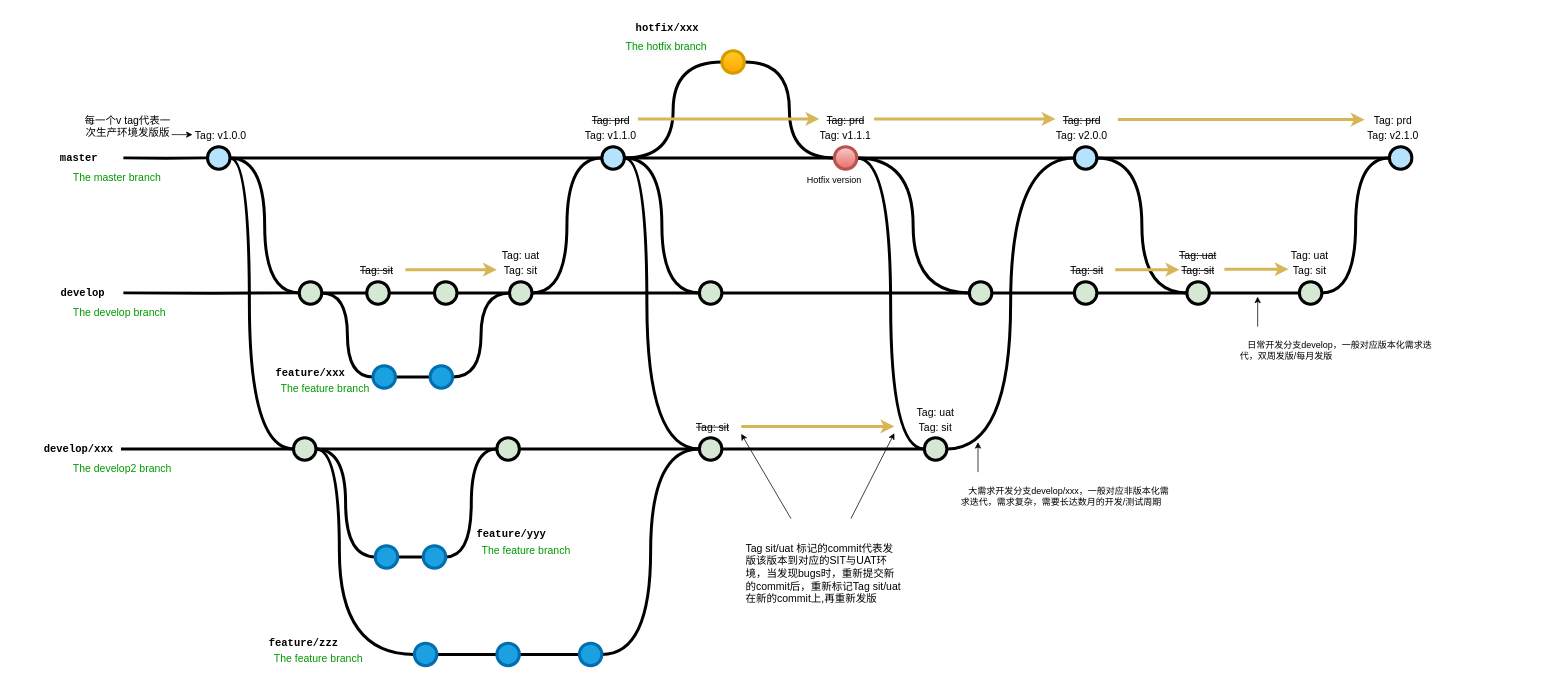
This is Untitled Diagram.drawio from bbcpan/SpringCloud, a draw.io file, before an edit. Source tidied: cells renumbered, new cells numbered last; positions are measured from the earlier drawing's top-left corner, leaving out a move shared by most shapes. Both pictures are drawn from the tidied source at 75%, with x=0, y=0 at pixel (13, 13).
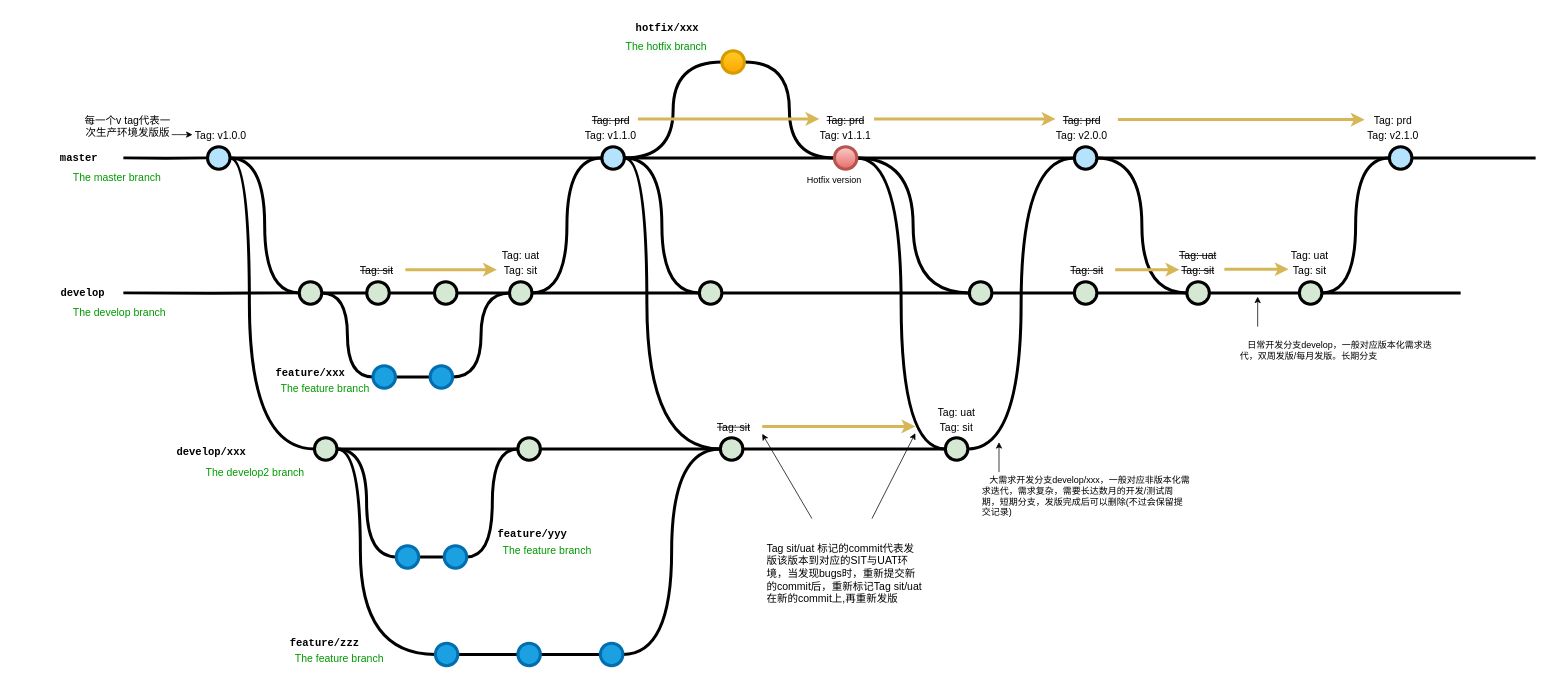
The same diagram, later.

Unchanged cells that the change refers to:
```xml
<mxCell id="5" style="verticalLabelPosition=bottom;verticalAlign=top;html=1;strokeWidth=4;shape=mxgraph.flowchart.on-page_reference;plain-blue;gradientColor=none;fillColor=#B5E3Fe;strokeColor=#000000;" parent="1" vertex="1">
  <mxGeometry x="259.2" y="178" width="30" height="30" as="geometry" />
</mxCell>
<mxCell id="10" style="verticalLabelPosition=bottom;verticalAlign=top;html=1;strokeWidth=4;shape=mxgraph.flowchart.on-page_reference;plain-blue;gradientColor=none;strokeColor=#000000;fillColor=#B5E3FE;" parent="1" vertex="1">
  <mxGeometry x="785" y="178" width="30" height="30" as="geometry" />
</mxCell>
<mxCell id="25" style="verticalLabelPosition=bottom;verticalAlign=top;html=1;strokeWidth=4;shape=mxgraph.flowchart.on-page_reference;plain-purple;gradientColor=none;strokeColor=#000000;fillColor=#D5E8D4;" parent="1" vertex="1">
  <mxGeometry x="381.5" y="358" width="30" height="30" as="geometry" />
</mxCell>
<mxCell id="83" style="verticalLabelPosition=bottom;verticalAlign=top;html=1;strokeWidth=4;shape=mxgraph.flowchart.on-page_reference;plain-blue;gradientColor=none;fillColor=#B5E3Fe;strokeColor=#000000;" parent="1" vertex="1">
  <mxGeometry x="1835" y="178" width="30" height="30" as="geometry" />
</mxCell>
<mxCell id="87" style="verticalLabelPosition=bottom;verticalAlign=top;html=1;strokeWidth=4;shape=mxgraph.flowchart.on-page_reference;plain-purple;gradientColor=none;strokeColor=#000000;fillColor=#D5E8D4;" parent="1" vertex="1">
  <mxGeometry x="1715" y="358" width="30" height="30" as="geometry" />
</mxCell>
```

Change to the diagram source:
```diff
@@
     <mxCell id="2" style="edgeStyle=orthogonalEdgeStyle;rounded=0;html=1;jettySize=auto;plain-blue;endArrow=none;endFill=0;strokeWidth=4;strokeColor=#000000;entryX=0;entryY=0.5;entryDx=0;entryDy=0;entryPerimeter=0;" parent="1" edge="1" source="5" target="10">
-      <mxGeometry x="324.2" y="743" as="geometry" />
+      <mxGeometry x="539.2" y="533" as="geometry" />
     </mxCell>
@@
     <mxCell id="13" style="edgeStyle=orthogonalEdgeStyle;rounded=0;html=1;jettySize=auto;strokeWidth=4;endArrow=none;endFill=0;" parent="1" edge="1" target="5">
-      <mxGeometry x="224.2" y="743" as="geometry">
+      <mxGeometry x="439.2" y="533" as="geometry">
         <mxPoint x="147" y="193" as="sourcePoint" />
       </mxGeometry>
     </mxCell>
@@
     <mxCell id="20" style="edgeStyle=orthogonalEdgeStyle;rounded=0;html=1;jettySize=auto;strokeWidth=4;endArrow=none;endFill=0;" parent="1" edge="1" target="25">
-      <mxGeometry x="224.2" y="923" as="geometry">
+      <mxGeometry x="439.2" y="713" as="geometry">
         <mxPoint x="147" y="373" as="sourcePoint" />
       </mxGeometry>
     </mxCell>
@@
-    <mxCell id="31" style="edgeStyle=orthogonalEdgeStyle;rounded=0;html=1;jettySize=auto;strokeWidth=4;endArrow=none;endFill=0;" parent="1" edge="1" target="37">
-      <mxGeometry x="221" y="1131" as="geometry">
-        <mxPoint x="143.8" y="581" as="sourcePoint" />
-        <Array as="points">
-          <mxPoint x="231.8" y="581" />
-          <mxPoint x="231.8" y="581" />
-        </Array>
-      </mxGeometry>
-    </mxCell>
     <mxCell id="32" value="develop/xxx" style="text;html=1;strokeColor=none;fillColor=none;align=center;verticalAlign=middle;whiteSpace=wrap;overflow=hidden;fontSize=14;fontStyle=1;fontFamily=Courier New;" parent="1" vertex="1">
-      <mxGeometry y="561" width="174.5" height="40" as="geometry" />
+      <mxGeometry x="176.9" y="566" width="174.5" height="40" as="geometry" />
     </mxCell>
     <mxCell id="33" value="The develop2 branch" style="text;html=1;strokeColor=none;fillColor=none;align=left;verticalAlign=middle;whiteSpace=wrap;overflow=hidden;fontSize=14;fontStyle=0;fontColor=#009900;" parent="1" vertex="1">
-      <mxGeometry x="78.1" y="596" width="146.8" height="20" as="geometry" />
+      <mxGeometry x="255" y="601" width="146.8" height="20" as="geometry" />
     </mxCell>
     <mxCell id="34" style="edgeStyle=orthogonalEdgeStyle;curved=1;rounded=0;html=1;exitX=1;exitY=0.5;exitPerimeter=0;endArrow=none;endFill=0;jettySize=auto;strokeWidth=4;fontSize=15;" parent="1" edge="1" source="37" target="39">
       <mxGeometry relative="1" as="geometry">
         <Array as="points">
-          <mxPoint x="363.8" y="581" />
-          <mxPoint x="363.8" y="581" />
+          <mxPoint x="391.8" y="581" />
+          <mxPoint x="391.8" y="581" />
         </Array>
       </mxGeometry>
     </mxCell>
@@
     <mxCell id="36" style="edgeStyle=orthogonalEdgeStyle;curved=1;rounded=0;sketch=0;jettySize=auto;html=1;shadow=0;labelBackgroundColor=default;fontFamily=Helvetica;fontSize=11;fontColor=default;endArrow=none;endFill=0;strokeColor=#000000;strokeWidth=4;fillColor=#DAE8FC;gradientColor=#7EA6E0;" parent="1" edge="1" source="37" target="105">
       <mxGeometry relative="1" as="geometry">
         <Array as="points">
-          <mxPoint x="435" y="581" />
-          <mxPoint x="435" y="855" />
+          <mxPoint x="463" y="581" />
+          <mxPoint x="463" y="855" />
         </Array>
       </mxGeometry>
     </mxCell>
     <mxCell id="37" style="verticalLabelPosition=bottom;verticalAlign=top;html=1;strokeWidth=4;shape=mxgraph.flowchart.on-page_reference;plain-purple;gradientColor=none;strokeColor=#000000;fillColor=#D5E8D4;" parent="1" vertex="1">
-      <mxGeometry x="373.8" y="566" width="30" height="30" as="geometry" />
+      <mxGeometry x="401.8" y="566" width="30" height="30" as="geometry" />
     </mxCell>
@@
     <mxCell id="39" style="verticalLabelPosition=bottom;verticalAlign=top;html=1;strokeWidth=4;shape=mxgraph.flowchart.on-page_reference;plain-purple;gradientColor=none;strokeColor=#000000;fillColor=#D5E8D4;" parent="1" vertex="1">
-      <mxGeometry x="645" y="566" width="30" height="30" as="geometry" />
+      <mxGeometry x="673" y="566" width="30" height="30" as="geometry" />
     </mxCell>
@@
     <mxCell id="41" style="verticalLabelPosition=bottom;verticalAlign=top;html=1;strokeWidth=4;shape=mxgraph.flowchart.on-page_reference;plain-purple;gradientColor=none;strokeColor=#000000;fillColor=#D5E8D4;" parent="1" vertex="1">
-      <mxGeometry x="915" y="566" width="30" height="30" as="geometry" />
+      <mxGeometry x="943" y="566" width="30" height="30" as="geometry" />
     </mxCell>
@@
     <mxCell id="58" style="verticalLabelPosition=bottom;verticalAlign=top;html=1;strokeWidth=4;shape=mxgraph.flowchart.on-page_reference;plain-purple;gradientColor=none;strokeColor=#000000;fillColor=#D5E8D4;" parent="1" vertex="1">
-      <mxGeometry x="1215" y="566" width="30" height="30" as="geometry" />
+      <mxGeometry x="1243" y="566" width="30" height="30" as="geometry" />
     </mxCell>
@@
     <mxCell id="67" value="&lt;strike&gt;Tag: sit&lt;/strike&gt;" style="text;html=1;strokeColor=none;fillColor=none;align=center;verticalAlign=middle;whiteSpace=wrap;overflow=hidden;fontSize=14;" parent="1" vertex="1">
-      <mxGeometry x="895" y="541" width="75.8" height="20" as="geometry" />
+      <mxGeometry x="923" y="541" width="75.8" height="20" as="geometry" />
     </mxCell>
     <mxCell id="68" style="endArrow=classic;html=1;rounded=0;labelBackgroundColor=default;fontFamily=Helvetica;fontSize=11;fontColor=default;strokeColor=#d6b656;strokeWidth=4;fillColor=#fff2cc;curved=1;" parent="1" edge="1" source="67">
       <mxGeometry relative="1" as="geometry">
-        <mxPoint x="1175" y="551" as="targetPoint" />
+        <mxPoint x="1203" y="551" as="targetPoint" />
       </mxGeometry>
     </mxCell>
     <mxCell id="69" value="Tag: sit" style="text;html=1;strokeColor=none;fillColor=none;align=center;verticalAlign=middle;whiteSpace=wrap;overflow=hidden;fontSize=14;" parent="1" vertex="1">
-      <mxGeometry x="1192.1" y="541" width="75.8" height="20" as="geometry" />
+      <mxGeometry x="1220.1" y="541" width="75.8" height="20" as="geometry" />
     </mxCell>
     <mxCell id="70" value="Tag: uat" style="text;html=1;strokeColor=none;fillColor=none;align=center;verticalAlign=middle;whiteSpace=wrap;overflow=hidden;fontSize=14;" parent="1" vertex="1">
-      <mxGeometry x="1192.1" y="521" width="75.8" height="20" as="geometry" />
+      <mxGeometry x="1220.1" y="521" width="75.8" height="20" as="geometry" />
     </mxCell>
@@
+    <mxCell id="119" style="edgeStyle=orthogonalEdgeStyle;curved=1;rounded=0;sketch=0;jettySize=auto;html=1;shadow=0;labelBackgroundColor=default;fontFamily=Helvetica;fontSize=14;fontColor=default;endArrow=none;endFill=0;strokeColor=#000000;strokeWidth=4;fillColor=#DAE8FC;gradientColor=#7EA6E0;" parent="1" edge="1" source="83">
+      <mxGeometry relative="1" as="geometry">
+        <mxPoint x="2030" y="193" as="targetPoint" />
+      </mxGeometry>
+    </mxCell>
@@
+    <mxCell id="120" style="edgeStyle=orthogonalEdgeStyle;curved=1;rounded=0;sketch=0;jettySize=auto;html=1;shadow=0;labelBackgroundColor=default;fontFamily=Helvetica;fontSize=14;fontColor=default;endArrow=none;endFill=0;strokeColor=#000000;strokeWidth=4;fillColor=#DAE8FC;gradientColor=#7EA6E0;" parent="1" edge="1" source="87">
+      <mxGeometry relative="1" as="geometry">
+        <mxPoint x="1930" y="373" as="targetPoint" />
+      </mxGeometry>
+    </mxCell>
@@
     <mxCell id="99" style="verticalLabelPosition=bottom;verticalAlign=top;html=1;strokeWidth=4;shape=mxgraph.flowchart.on-page_reference;strokeColor=#006EAF;fillColor=#1ba1e2;fontColor=#ffffff;" parent="1" vertex="1">
-      <mxGeometry x="482.8" y="710" width="30" height="30" as="geometry" />
+      <mxGeometry x="510.8" y="710" width="30" height="30" as="geometry" />
     </mxCell>
@@
     <mxCell id="101" style="verticalLabelPosition=bottom;verticalAlign=top;html=1;strokeWidth=4;shape=mxgraph.flowchart.on-page_reference;strokeColor=#006EAF;fillColor=#1ba1e2;fontColor=#ffffff;" parent="1" vertex="1">
-      <mxGeometry x="546.8" y="710" width="30" height="30" as="geometry" />
+      <mxGeometry x="574.8" y="710" width="30" height="30" as="geometry" />
     </mxCell>
     <mxCell id="102" value="The feature branch" style="text;html=1;strokeColor=none;fillColor=none;align=left;verticalAlign=middle;whiteSpace=wrap;overflow=hidden;fontSize=14;fontStyle=0;fontColor=#009900;" parent="1" vertex="1">
-      <mxGeometry x="622.6" y="705" width="146.8" height="20" as="geometry" />
+      <mxGeometry x="650.6" y="705" width="146.8" height="20" as="geometry" />
     </mxCell>
     <mxCell id="103" value="feature/yyy" style="text;html=1;strokeColor=none;fillColor=none;align=center;verticalAlign=middle;whiteSpace=wrap;overflow=hidden;fontSize=14;fontStyle=1;fontFamily=Courier New;" parent="1" vertex="1">
-      <mxGeometry x="576.8" y="675" width="174.5" height="40" as="geometry" />
+      <mxGeometry x="604.8" y="675" width="174.5" height="40" as="geometry" />
     </mxCell>
@@
     <mxCell id="105" style="verticalLabelPosition=bottom;verticalAlign=top;html=1;strokeWidth=4;shape=mxgraph.flowchart.on-page_reference;strokeColor=#006EAF;fillColor=#1ba1e2;fontColor=#ffffff;" parent="1" vertex="1">
-      <mxGeometry x="535" y="840" width="30" height="30" as="geometry" />
+      <mxGeometry x="563" y="840" width="30" height="30" as="geometry" />
     </mxCell>
@@
     <mxCell id="107" style="verticalLabelPosition=bottom;verticalAlign=top;html=1;strokeWidth=4;shape=mxgraph.flowchart.on-page_reference;strokeColor=#006EAF;fillColor=#1ba1e2;fontColor=#ffffff;" parent="1" vertex="1">
-      <mxGeometry x="645" y="840" width="30" height="30" as="geometry" />
+      <mxGeometry x="673" y="840" width="30" height="30" as="geometry" />
     </mxCell>
@@
     <mxCell id="109" style="verticalLabelPosition=bottom;verticalAlign=top;html=1;strokeWidth=4;shape=mxgraph.flowchart.on-page_reference;strokeColor=#006EAF;fillColor=#1ba1e2;fontColor=#ffffff;" parent="1" vertex="1">
-      <mxGeometry x="755" y="840" width="30" height="30" as="geometry" />
+      <mxGeometry x="783" y="840" width="30" height="30" as="geometry" />
     </mxCell>
     <mxCell id="110" value="The feature branch" style="text;html=1;strokeColor=none;fillColor=none;align=left;verticalAlign=middle;whiteSpace=wrap;overflow=hidden;fontSize=14;fontStyle=0;fontColor=#009900;" parent="1" vertex="1">
-      <mxGeometry x="346.1" y="850" width="146.8" height="20" as="geometry" />
+      <mxGeometry x="374.1" y="850" width="146.8" height="20" as="geometry" />
     </mxCell>
     <mxCell id="111" value="feature/zzz" style="text;html=1;strokeColor=none;fillColor=none;align=center;verticalAlign=middle;whiteSpace=wrap;overflow=hidden;fontSize=14;fontStyle=1;fontFamily=Courier New;" parent="1" vertex="1">
-      <mxGeometry x="300.2" y="820" width="174.5" height="40" as="geometry" />
+      <mxGeometry x="328.2" y="820" width="174.5" height="40" as="geometry" />
     </mxCell>
@@
     <mxCell id="113" value="&lt;span style=&quot;text-align: center&quot;&gt;&lt;font style=&quot;font-size: 14px&quot;&gt;Tag sit/uat 标记的commit代表发版该版本到对应的SIT与UAT环境，当发现bugs时，重新提交新的commit后，重新标记Tag sit/uat在新的commit上,再重新发版&lt;/font&gt;&lt;br&gt;&lt;/span&gt;" style="text;html=1;strokeColor=none;fillColor=none;align=left;verticalAlign=middle;whiteSpace=wrap;overflow=hidden;fontSize=12;fontStyle=0;fontColor=#000000;" parent="1" vertex="1">
-      <mxGeometry x="975" y="674" width="210" height="146" as="geometry" />
+      <mxGeometry x="1003" y="674" width="210" height="146" as="geometry" />
     </mxCell>
     <mxCell id="114" style="endArrow=classic;html=1;strokeWidth=1;fontFamily=Courier New;fontColor=#009900;" parent="1" edge="1" source="113">
       <mxGeometry relative="1" as="geometry">
-        <mxPoint x="1175" y="560" as="targetPoint" />
+        <mxPoint x="1203" y="560" as="targetPoint" />
       </mxGeometry>
     </mxCell>
@@
-    <mxCell id="116" value="&lt;div style=&quot;text-indent: 10px&quot;&gt;&lt;span style=&quot;text-align: center&quot;&gt;日常开发分支develop，一般对应版本化需求迭代，双周发版/每月发版&lt;/span&gt;&lt;/div&gt;" style="text;html=1;strokeColor=none;fillColor=none;align=left;verticalAlign=middle;whiteSpace=wrap;overflow=hidden;fontSize=12;fontStyle=0;fontColor=#000000;" parent="1" vertex="1">
+    <mxCell id="116" value="&lt;div style=&quot;text-indent: 10px&quot;&gt;&lt;span style=&quot;text-align: center&quot;&gt;日常开发分支develop，一般对应版本化需求迭代，双周发版/每月发版。长期分支&lt;/span&gt;&lt;/div&gt;" style="text;html=1;strokeColor=none;fillColor=none;align=left;verticalAlign=middle;whiteSpace=wrap;overflow=hidden;fontSize=12;fontStyle=0;fontColor=#000000;" parent="1" vertex="1">
       <mxGeometry x="1634.4" y="419" width="280.6" height="61" as="geometry" />
     </mxCell>
     <mxCell id="117" style="endArrow=classic;html=1;strokeWidth=1;fontFamily=Courier New;fontColor=#009900;" parent="1" edge="1">
       <mxGeometry relative="1" as="geometry">
-        <mxPoint x="1286.5" y="612" as="sourcePoint" />
-        <mxPoint x="1286.5" y="572" as="targetPoint" />
+        <mxPoint x="1314.5" y="612" as="sourcePoint" />
+        <mxPoint x="1314.5" y="572" as="targetPoint" />
       </mxGeometry>
     </mxCell>
-    <mxCell id="118" value="&lt;div style=&quot;text-indent: 10px&quot;&gt;&lt;span style=&quot;text-align: center&quot;&gt;大需求开发分支develop/xxx，一般对应非版本化需求迭代，需求复杂，需要长达数月的开发/测试周期&lt;/span&gt;&lt;/div&gt;" style="text;html=1;strokeColor=none;fillColor=none;align=left;verticalAlign=middle;whiteSpace=wrap;overflow=hidden;fontSize=12;fontStyle=0;fontColor=#000000;" parent="1" vertex="1">
-      <mxGeometry x="1261.5" y="613" width="280.6" height="61" as="geometry" />
+    <mxCell id="118" value="&lt;div style=&quot;text-indent: 10px&quot;&gt;&lt;span style=&quot;text-align: center&quot;&gt;大需求开发分支develop/xxx，一般对应非版本化需求迭代，需求复杂，需要长达数月的开发/测试周期，短期分支，发版完成后可以删除(不过会保留提交记录)&lt;/span&gt;&lt;/div&gt;" style="text;html=1;strokeColor=none;fillColor=none;align=left;verticalAlign=middle;whiteSpace=wrap;overflow=hidden;fontSize=12;fontStyle=0;fontColor=#000000;" parent="1" vertex="1">
+      <mxGeometry x="1289.5" y="613" width="280.6" height="61" as="geometry" />
     </mxCell>
```
